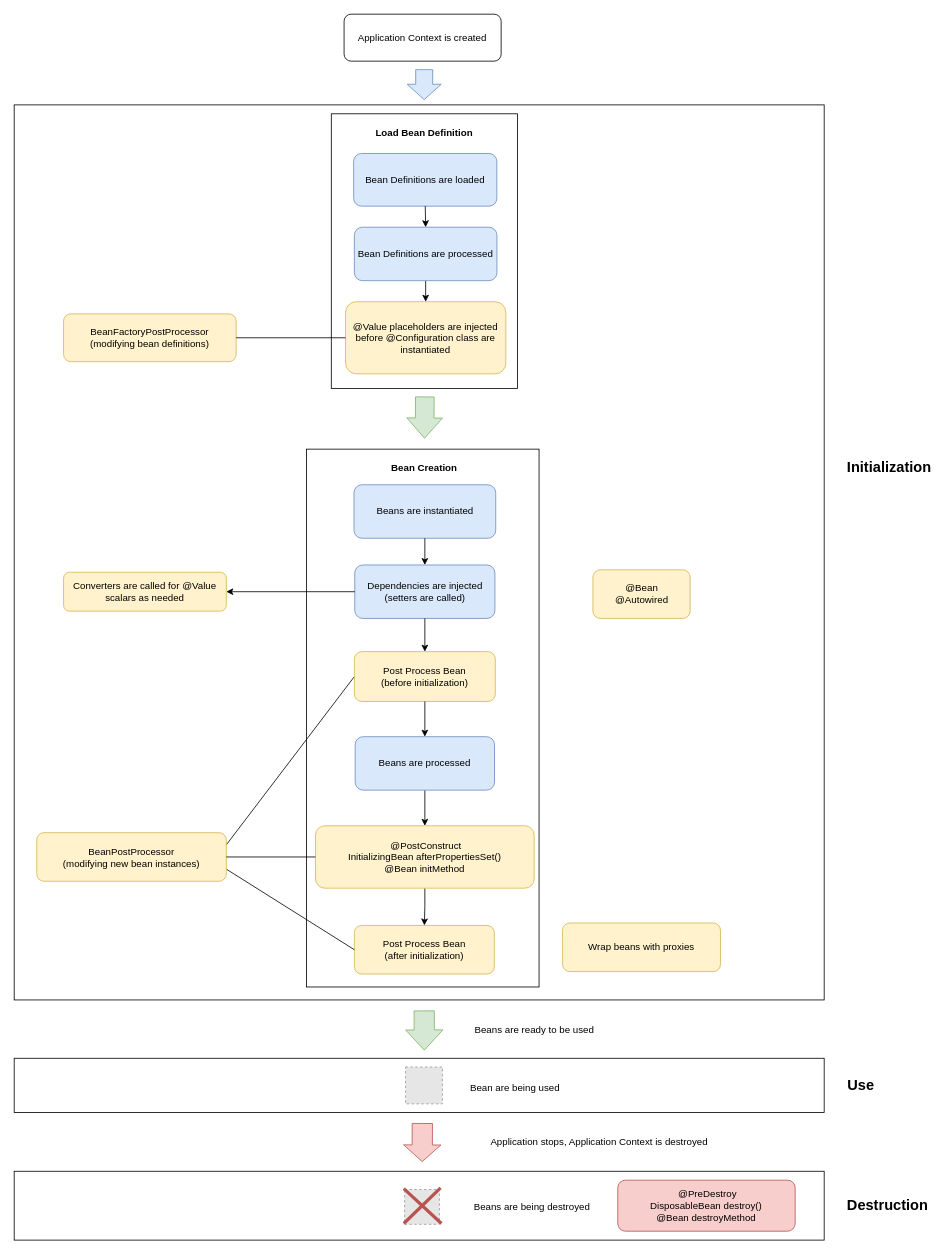
The draw.io diagram bean-lifecycle.drawio in quang-do-se/spring-cert, before the edit. Source tidied: cells renumbered, new cells numbered last; positions are measured from the earlier drawing's top-left corner, leaving out a move shared by most shapes. Both pictures are drawn from the tidied source at 81%, with x=0, y=0 at pixel (14, 14). Pictures stored in the file or linked from it are replaced by grey dashed boxes.
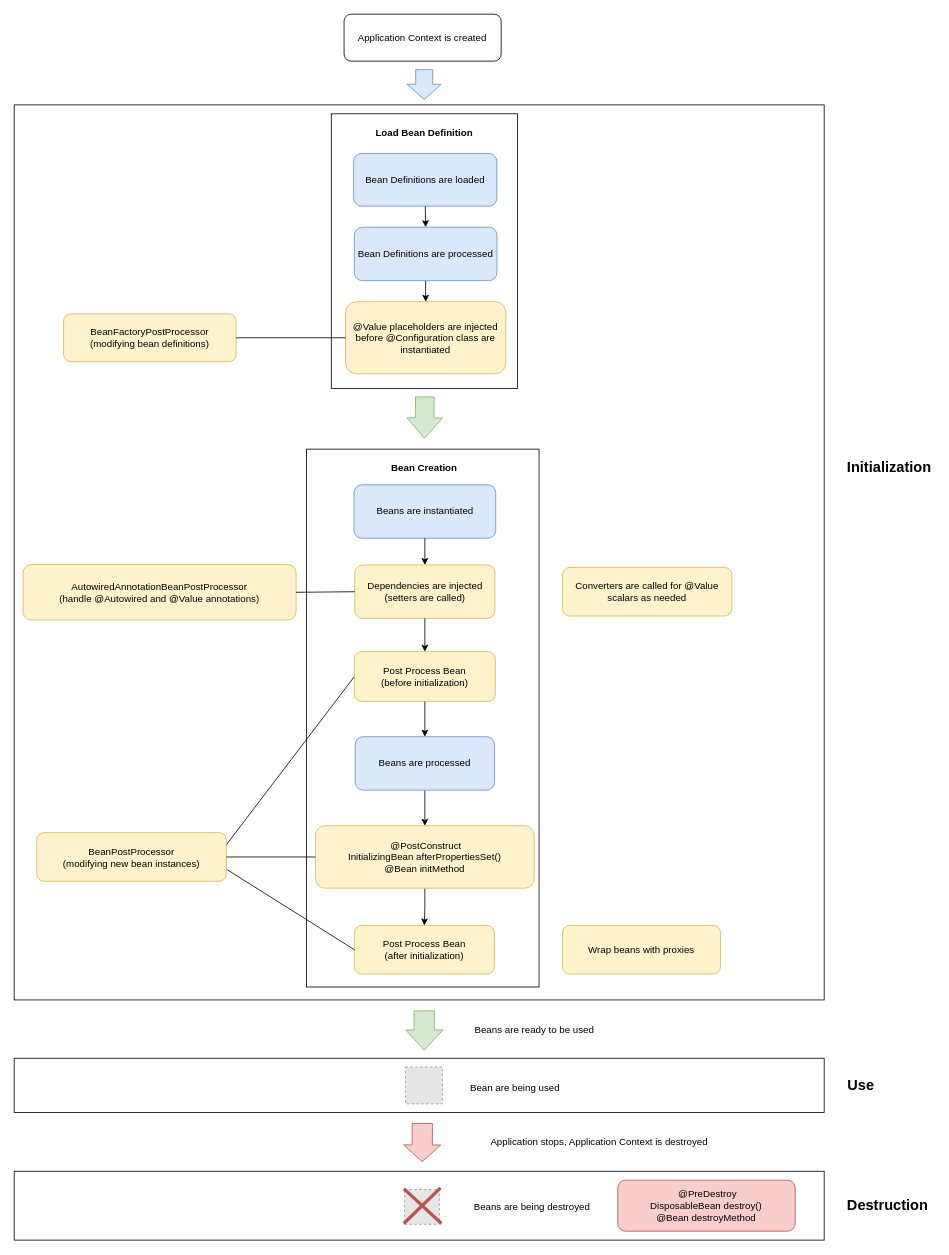
After the change.

The edit, as a diff of the source:
```diff
@@
-    <mxCell id="13" value="Dependencies are injected &lt;br&gt;(setters are called)" style="rounded=1;whiteSpace=wrap;html=1;fillColor=#dae8fc;strokeColor=#6c8ebf;" parent="1" vertex="1">
+    <mxCell id="13" value="Dependencies are injected &lt;br&gt;(setters are called)" style="rounded=1;whiteSpace=wrap;html=1;fillColor=#fff2cc;strokeColor=#d6b656;" parent="1" vertex="1">
       <mxGeometry x="420.5" y="680" width="173" height="66" as="geometry" />
     </mxCell>
@@
-    <mxCell id="43" value="&lt;div&gt;Converters are called for @Value scalars as needed&lt;/div&gt;" style="rounded=1;whiteSpace=wrap;html=1;fillColor=#fff2cc;strokeColor=#d6b656;" parent="1" vertex="1">
-      <mxGeometry x="61" y="689" width="200.9" height="48" as="geometry" />
+    <mxCell id="43" value="&lt;div&gt;AutowiredAnnotationBeanPostProcessor&lt;br&gt;&lt;/div&gt;&lt;div&gt;(handle @Autowired and @Value annotations)&lt;/div&gt;" style="rounded=1;whiteSpace=wrap;html=1;fillColor=#fff2cc;strokeColor=#d6b656;" parent="1" vertex="1">
+      <mxGeometry x="11" y="679.5" width="337" height="68.5" as="geometry" />
     </mxCell>
@@
-    <mxCell id="45" style="endArrow=classic;html=1;rounded=0;strokeWidth=1;entryX=1;entryY=0.5;entryDx=0;entryDy=0;exitX=0;exitY=0.5;exitDx=0;exitDy=0;" parent="1" edge="1" source="13" target="43">
-      <mxGeometry relative="1" as="geometry" />
-    </mxCell>
-    <mxCell id="46" value="@Bean&lt;br&gt;@Autowired" style="rounded=1;whiteSpace=wrap;html=1;fillColor=#fff2cc;strokeColor=#d6b656;" parent="1" vertex="1">
-      <mxGeometry x="714.5" y="686" width="120" height="60" as="geometry" />
+    <mxCell id="46" value="Converters are called for @Value scalars as needed" style="rounded=1;whiteSpace=wrap;html=1;fillColor=#fff2cc;strokeColor=#d6b656;" parent="1" vertex="1">
+      <mxGeometry x="677" y="683" width="209" height="60" as="geometry" />
     </mxCell>
@@
     <mxCell id="49" value="Wrap beans with proxies" style="rounded=1;whiteSpace=wrap;html=1;fillColor=#fff2cc;strokeColor=#d6b656;" parent="1" vertex="1">
-      <mxGeometry x="677" y="1122" width="195" height="60" as="geometry" />
+      <mxGeometry x="677" y="1125" width="195" height="60" as="geometry" />
     </mxCell>
@@
+    <mxCell id="53" style="endArrow=none;html=1;rounded=0;exitX=1;exitY=0.5;exitDx=0;exitDy=0;entryX=0;entryY=0.5;entryDx=0;entryDy=0;" parent="1" edge="1" source="43" target="13">
+      <mxGeometry relative="1" as="geometry" />
+    </mxCell>
```
